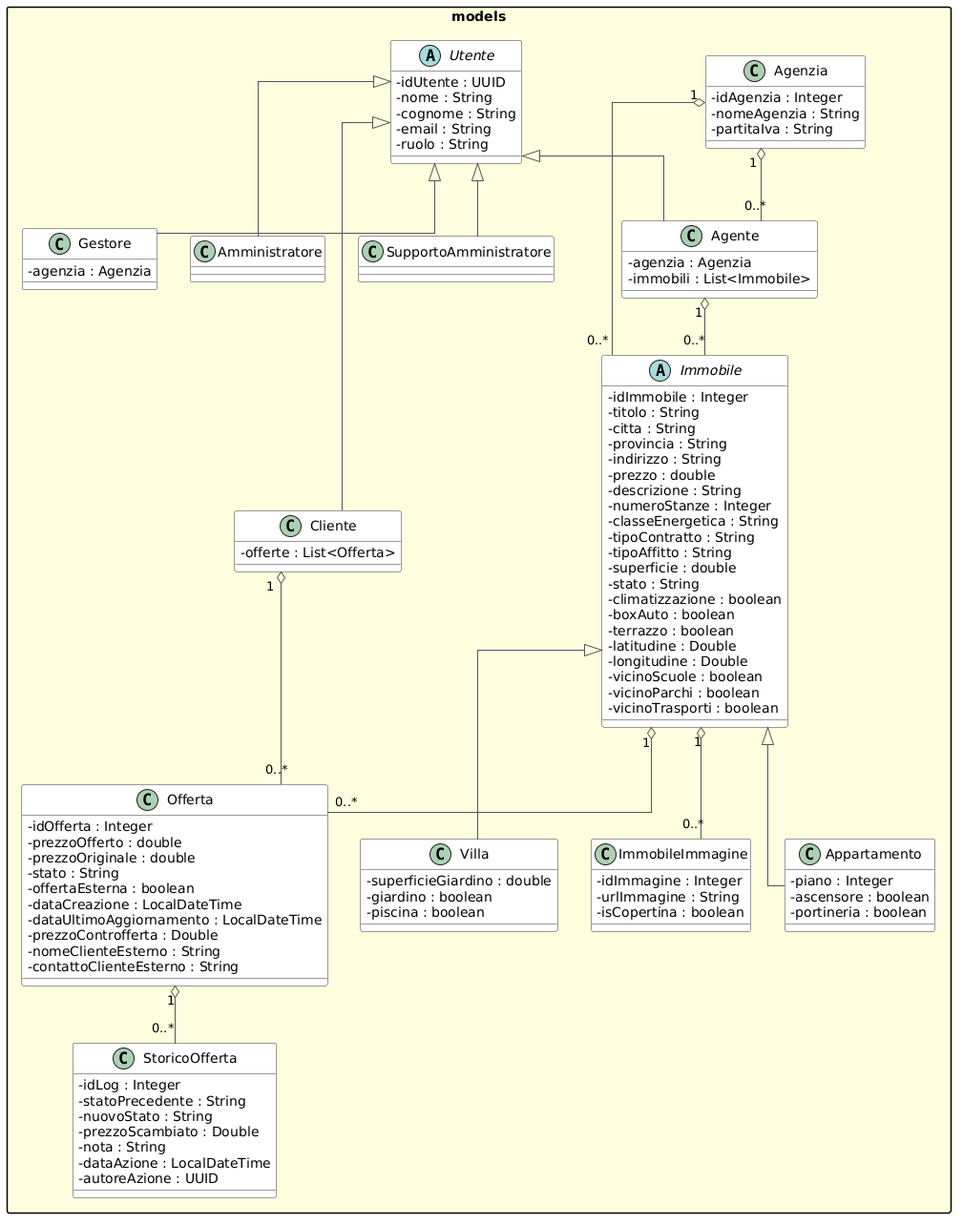
This is UML/Models.png from Frereri/ProgettoINGSW, a PlantUML export, as it was before one commit. The source it was exported from:
```plantuml
@startuml
skinparam linetype ortho
skinparam packageStyle rectangle
skinparam classAttributeIconSize 0
skinparam class {
  BackgroundColor White
  BorderColor #333
  ArrowColor #555
}

package "models" #LightYellow {

  abstract class Utente {
    - idUtente : UUID
    - nome : String
    - cognome : String
    - email : String
    - ruolo : String
  }

  class Agente {
    - agenzia : Agenzia
    - immobili : List<Immobile>
  }

  class Cliente {
    - offerte : List<Offerta>
  }

  class Gestore {
    - agenzia : Agenzia
  }

  class Amministratore {
  }

  class SupportoAmministratore {
  }

  class Agenzia {
    - idAgenzia : Integer
    - nomeAgenzia : String
    - partitaIva : String
  }

  abstract class Immobile {
    - idImmobile : Integer
    - titolo : String
    - citta : String
    - provincia : String
    - indirizzo : String
    - prezzo : double
    - descrizione : String
    - numeroStanze : Integer
    - classeEnergetica : String
    - tipoContratto : String
    - tipoAffitto : String
    - superficie : double
    - stato : String
    - climatizzazione : boolean
    - boxAuto : boolean
    - terrazzo : boolean
    - latitudine : Double
    - longitudine : Double
    - vicinoScuole : boolean
    - vicinoParchi : boolean
    - vicinoTrasporti : boolean
  }

  class Appartamento {
    - piano : Integer
    - ascensore : boolean
    - portineria : boolean
  }

  class Villa {
    - superficieGiardino : double
    - giardino : boolean
    - piscina : boolean
  }

  class Offerta {
    - idOfferta : Integer
    - prezzoOfferto : double
    - prezzoOriginale : double
    - stato : String
    - offertaEsterna : boolean
    - dataCreazione : LocalDateTime
    - dataUltimoAggiornamento : LocalDateTime
    - prezzoControfferta : Double
    - nomeClienteEsterno : String
    - contattoClienteEsterno : String
  }

  class StoricoOfferta {
    - idLog : Integer
    - statoPrecedente : String
    - nuovoStato : String
    - prezzoScambiato : Double
    - nota : String
    - dataAzione : LocalDateTime
    - autoreAzione : UUID
  }

  class ImmobileImmagine {
    - idImmagine : Integer
    - urlImmagine : String
    - isCopertina : boolean
  }

  Utente <|-- Agente
  Utente <|-- Cliente
  Utente <|-- Gestore
  Utente <|-- Amministratore
  Utente <|-- SupportoAmministratore

  Immobile <|-- Appartamento
  Immobile <|-- Villa

  Agenzia "1" o-- "0..*" Agente
  Agenzia "1" o-- "0..*" Immobile
  Agente "1" o-- "0..*" Immobile
  Immobile "1" o-- "0..*" Offerta
  Immobile "1" o-- "0..*" ImmobileImmagine
  Cliente "1" o-- "0..*" Offerta
  Offerta "1" o-- "0..*" StoricoOfferta
}
@enduml
```
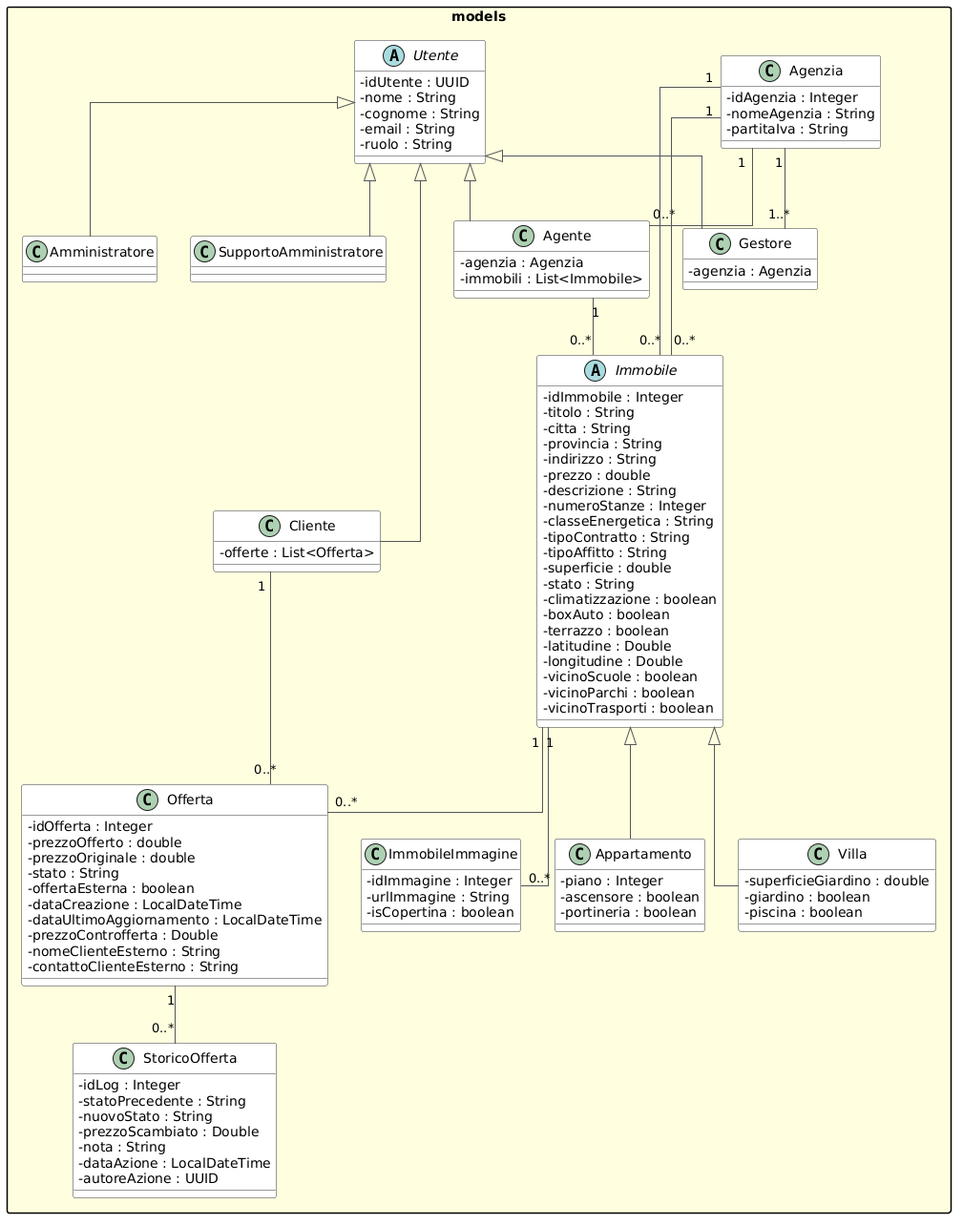
Above is the later version.

Diff of the diagram source:
```diff
@@ -117,12 +117,14 @@
   Immobile <|-- Appartamento
   Immobile <|-- Villa
 
-  Agenzia "1" o-- "0..*" Agente
-  Agenzia "1" o-- "0..*" Immobile
-  Agente "1" o-- "0..*" Immobile
-  Immobile "1" o-- "0..*" Offerta
-  Immobile "1" o-- "0..*" ImmobileImmagine
-  Cliente "1" o-- "0..*" Offerta
-  Offerta "1" o-- "0..*" StoricoOfferta
+  Agenzia "1" -- "0..*" Agente
+  Agenzia "1" -- "0..*" Immobile
+  Agente "1" -- "0..*" Immobile
+  Immobile "1" -- "0..*" Offerta
+  Immobile "1" -- "0..*" ImmobileImmagine
+  Cliente "1" -- "0..*" Offerta
+  Offerta "1" -- "0..*" StoricoOfferta
+  Agenzia "1" -- "1..*" Gestore
+  Agenzia  "1" -- "0..*" Immobile
 }
 @enduml
```
